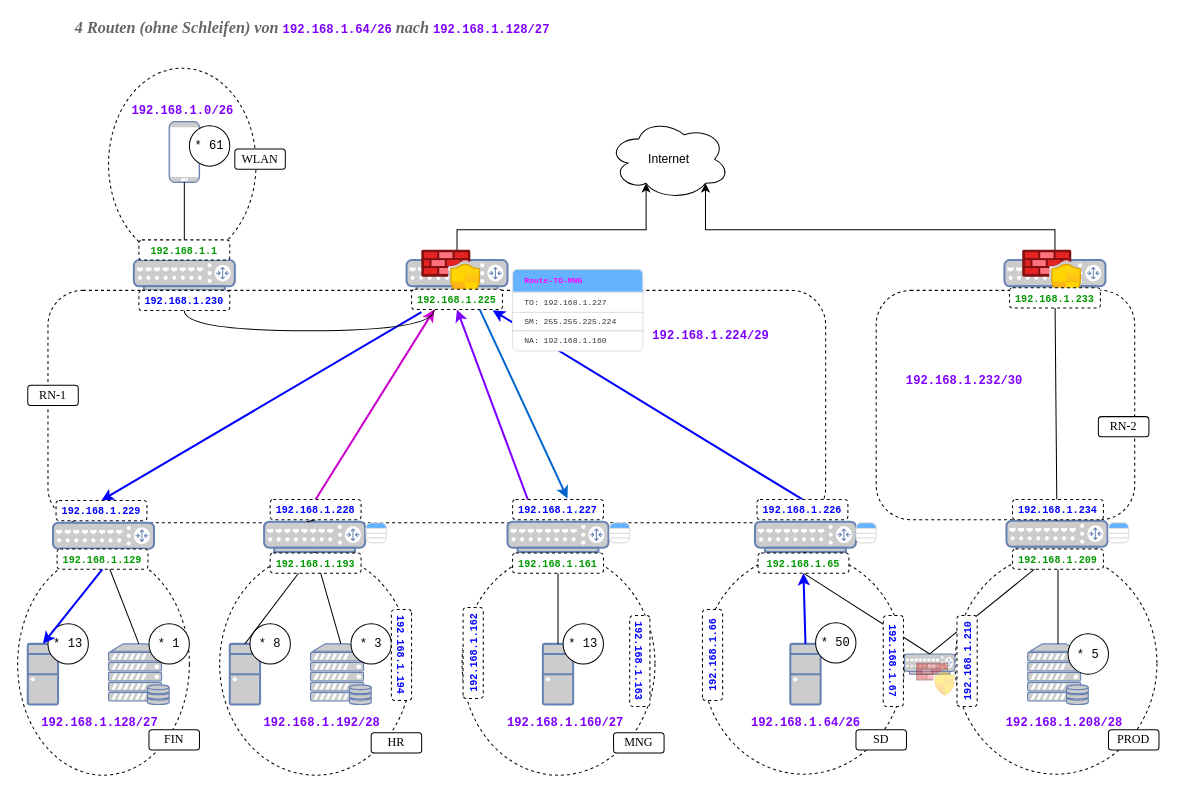
This is sources/lf.09/img.lf/ipv4-segmentation-task-condensed.drawio from pro-tirone-computatri/protico.ltx, a draw.io file, before an edit. Source tidied: cells renumbered, new cells numbered last; positions are measured from the earlier drawing's top-left corner, leaving out a move shared by most shapes. Both pictures are drawn from the tidied source at 101%, with x=0, y=0 at pixel (17, 17).
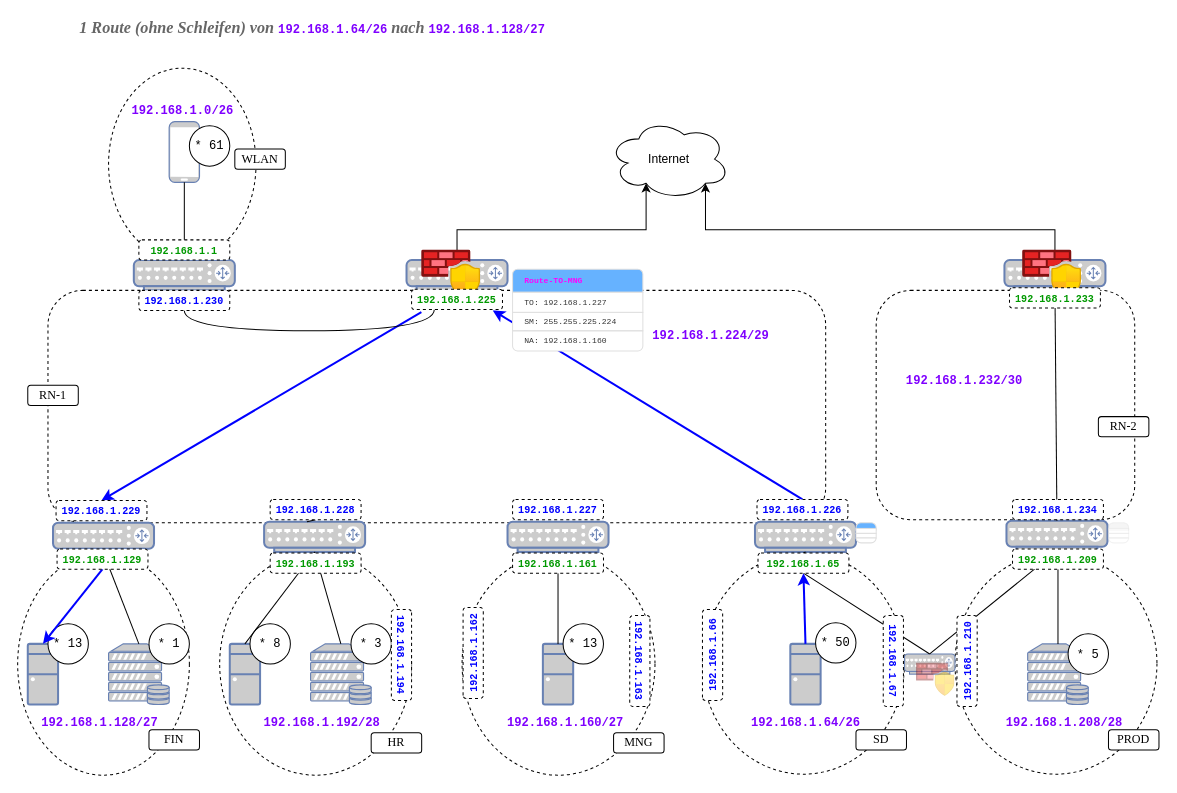
The same page after the edit.

Unchanged cells that the change refers to:
```xml
<mxCell id="87" value="&lt;font style=&quot;font-size: 10px;&quot; color=&quot;#0000ff&quot; face=&quot;Courier New&quot;&gt;&lt;b style=&quot;&quot;&gt;192.168.1.228&lt;/b&gt;&lt;/font&gt;" style="rounded=1;whiteSpace=wrap;html=1;dashed=1;" parent="1" vertex="1">
  <mxGeometry x="250" y="477" width="90" height="20" as="geometry" />
</mxCell>
<mxCell id="120" value="&lt;font style=&quot;font-size: 10px;&quot; color=&quot;#0000ff&quot; face=&quot;Courier New&quot;&gt;&lt;b style=&quot;&quot;&gt;192.168.1.227&lt;/b&gt;&lt;/font&gt;" style="rounded=1;whiteSpace=wrap;html=1;dashed=1;" parent="1" vertex="1">
  <mxGeometry x="490" y="477" width="90" height="20" as="geometry" />
</mxCell>
<mxCell id="122" value="&lt;font color=&quot;#009900&quot; style=&quot;font-size: 10px;&quot; face=&quot;Courier New&quot;&gt;&lt;b style=&quot;&quot;&gt;192.168.1.225&lt;/b&gt;&lt;/font&gt;" style="rounded=1;whiteSpace=wrap;html=1;dashed=1;" parent="1" vertex="1">
  <mxGeometry x="390" y="269" width="90" height="20" as="geometry" />
</mxCell>
```

The edit, as a diff of the source:
```diff
@@
-    <mxCell id="35" style="endArrow=classic;html=1;rounded=0;entryX=0.25;entryY=1;entryDx=0;entryDy=0;exitX=0.5;exitY=0;exitDx=0;exitDy=0;strokeColor=#CC00CC;strokeWidth=2;endFill=1;" parent="1" edge="1" source="87" target="122">
-      <mxGeometry relative="1" as="geometry" />
-    </mxCell>
-    <mxCell id="36" style="endArrow=classic;html=1;rounded=0;entryX=0.5;entryY=1;entryDx=0;entryDy=0;exitX=0.25;exitY=1;exitDx=0;exitDy=0;strokeColor=#7F00FF;strokeWidth=2;startArrow=none;startFill=0;endFill=1;" parent="1" edge="1" source="120" target="122">
-      <mxGeometry relative="1" as="geometry" />
-    </mxCell>
@@
-    <mxCell id="59" value="&lt;font face=&quot;Garamond&quot; color=&quot;#666666&quot;&gt;&lt;span style=&quot;font-size: 16px;&quot;&gt;&lt;b&gt;&lt;i&gt;4 Routen (ohne Schleifen) von&amp;nbsp;&lt;/i&gt;&lt;/b&gt;&lt;/span&gt;&lt;/font&gt;&lt;b style=&quot;color: rgb(127, 0, 255); font-family: &amp;quot;Courier New&amp;quot;;&quot;&gt;192.168.1.64/26&lt;/b&gt;&lt;font face=&quot;Garamond&quot; color=&quot;#666666&quot;&gt;&lt;span style=&quot;font-size: 16px;&quot;&gt;&lt;b&gt;&lt;i&gt;&amp;nbsp;nach&amp;nbsp;&lt;/i&gt;&lt;/b&gt;&lt;/span&gt;&lt;/font&gt;&lt;b style=&quot;color: rgb(127, 0, 255); font-family: &amp;quot;Courier New&amp;quot;;&quot;&gt;192.168.1.128/27&lt;/b&gt;&lt;font face=&quot;Garamond&quot; color=&quot;#666666&quot;&gt;&lt;span style=&quot;font-size: 16px;&quot;&gt;&lt;b&gt;&lt;i&gt;&amp;nbsp;&amp;nbsp;&lt;/i&gt;&lt;/b&gt;&lt;/span&gt;&lt;/font&gt;" style="text;html=1;align=center;verticalAlign=middle;whiteSpace=wrap;rounded=0;" parent="1" vertex="1">
+    <mxCell id="59" value="&lt;font face=&quot;Garamond&quot; color=&quot;#666666&quot;&gt;&lt;span style=&quot;font-size: 16px;&quot;&gt;&lt;b&gt;&lt;i&gt;1 Route (ohne Schleifen) von&amp;nbsp;&lt;/i&gt;&lt;/b&gt;&lt;/span&gt;&lt;/font&gt;&lt;b style=&quot;color: rgb(127, 0, 255); font-family: &amp;quot;Courier New&amp;quot;;&quot;&gt;192.168.1.64/26&lt;/b&gt;&lt;font face=&quot;Garamond&quot; color=&quot;#666666&quot;&gt;&lt;span style=&quot;font-size: 16px;&quot;&gt;&lt;b&gt;&lt;i&gt;&amp;nbsp;nach&amp;nbsp;&lt;/i&gt;&lt;/b&gt;&lt;/span&gt;&lt;/font&gt;&lt;b style=&quot;color: rgb(127, 0, 255); font-family: &amp;quot;Courier New&amp;quot;;&quot;&gt;192.168.1.128/27&lt;/b&gt;&lt;font face=&quot;Garamond&quot; color=&quot;#666666&quot;&gt;&lt;span style=&quot;font-size: 16px;&quot;&gt;&lt;b&gt;&lt;i&gt;&amp;nbsp;&amp;nbsp;&lt;/i&gt;&lt;/b&gt;&lt;/span&gt;&lt;/font&gt;" style="text;html=1;align=center;verticalAlign=middle;whiteSpace=wrap;rounded=0;" parent="1" vertex="1">
       <mxGeometry x="22" width="548" height="20" as="geometry" />
     </mxCell>
@@
-    <mxCell id="99" style="group;" parent="1" vertex="1">
-      <mxGeometry x="345" y="500" width="20" height="20" as="geometry" />
-    </mxCell>
-    <mxCell id="100" style="text;strokeColor=#DFDFDF;fillColor=#66B2FF;align=left;verticalAlign=middle;spacingLeft=10;spacingRight=10;overflow=hidden;whiteSpace=wrap;html=1;shape=mxgraph.bootstrap.topButton;rSize=5;fontColor=#333333;fontSize=8;fontFamily=Courier New;" parent="99" vertex="1">
-      <mxGeometry width="20" height="7.5" as="geometry" />
-    </mxCell>
-    <mxCell id="101" style="text;strokeColor=#DFDFDF;fillColor=#FFFFFF;align=left;verticalAlign=middle;spacingLeft=10;spacingRight=10;overflow=hidden;whiteSpace=wrap;html=1;rSize=5;fontColor=#333333;fontSize=8;fontFamily=Courier New;" parent="99" vertex="1">
-      <mxGeometry y="5.7" width="20" height="4.9" as="geometry" />
-    </mxCell>
-    <mxCell id="102" style="text;strokeColor=#DFDFDF;fillColor=#FFFFFF;align=left;verticalAlign=middle;spacingLeft=10;spacingRight=10;overflow=hidden;whiteSpace=wrap;html=1;rSize=5;fontColor=#333333;fontSize=8;fontFamily=Courier New;" parent="99" vertex="1">
-      <mxGeometry y="10.6" width="20" height="4.5" as="geometry" />
-    </mxCell>
-    <mxCell id="103" style="text;strokeColor=#DFDFDF;fillColor=#FFFFFF;align=left;verticalAlign=middle;spacingLeft=10;spacingRight=10;overflow=hidden;whiteSpace=wrap;html=1;shape=mxgraph.bootstrap.bottomButton;rSize=5;fontColor=#333333;fontSize=8;fontFamily=Courier New;" parent="99" vertex="1">
-      <mxGeometry y="15.1" width="20" height="4.9" as="geometry" />
-    </mxCell>
-    <mxCell id="104" style="group;" parent="1" vertex="1">
-      <mxGeometry x="586" y="500" width="20" height="20" as="geometry" />
-    </mxCell>
-    <mxCell id="105" style="text;strokeColor=#DFDFDF;fillColor=#66B2FF;align=left;verticalAlign=middle;spacingLeft=10;spacingRight=10;overflow=hidden;whiteSpace=wrap;html=1;shape=mxgraph.bootstrap.topButton;rSize=5;fontColor=#333333;fontSize=8;fontFamily=Courier New;" parent="104" vertex="1">
-      <mxGeometry width="20" height="7.5" as="geometry" />
-    </mxCell>
-    <mxCell id="106" style="text;strokeColor=#DFDFDF;fillColor=#FFFFFF;align=left;verticalAlign=middle;spacingLeft=10;spacingRight=10;overflow=hidden;whiteSpace=wrap;html=1;rSize=5;fontColor=#333333;fontSize=8;fontFamily=Courier New;" parent="104" vertex="1">
-      <mxGeometry y="5.7" width="20" height="4.9" as="geometry" />
-    </mxCell>
-    <mxCell id="107" style="text;strokeColor=#DFDFDF;fillColor=#FFFFFF;align=left;verticalAlign=middle;spacingLeft=10;spacingRight=10;overflow=hidden;whiteSpace=wrap;html=1;rSize=5;fontColor=#333333;fontSize=8;fontFamily=Courier New;" parent="104" vertex="1">
-      <mxGeometry y="10.6" width="20" height="4.5" as="geometry" />
-    </mxCell>
-    <mxCell id="108" style="text;strokeColor=#DFDFDF;fillColor=#FFFFFF;align=left;verticalAlign=middle;spacingLeft=10;spacingRight=10;overflow=hidden;whiteSpace=wrap;html=1;shape=mxgraph.bootstrap.bottomButton;rSize=5;fontColor=#333333;fontSize=8;fontFamily=Courier New;" parent="104" vertex="1">
-      <mxGeometry y="15.1" width="20" height="4.9" as="geometry" />
-    </mxCell>
@@
-    <mxCell id="114" style="group;" parent="1" vertex="1">
+    <mxCell id="114" style="group;opacity=40;" parent="1" vertex="1">
       <mxGeometry x="1080" y="500" width="20" height="20" as="geometry" />
     </mxCell>
-    <mxCell id="115" style="text;strokeColor=#DFDFDF;fillColor=#66B2FF;align=left;verticalAlign=middle;spacingLeft=10;spacingRight=10;overflow=hidden;whiteSpace=wrap;html=1;shape=mxgraph.bootstrap.topButton;rSize=5;fontColor=#333333;fontSize=8;fontFamily=Courier New;" parent="114" vertex="1">
+    <mxCell id="115" style="text;strokeColor=#DFDFDF;fillColor=#E6E6E6;align=left;verticalAlign=middle;spacingLeft=10;spacingRight=10;overflow=hidden;whiteSpace=wrap;html=1;shape=mxgraph.bootstrap.topButton;rSize=5;fontColor=#333333;fontSize=8;fontFamily=Courier New;opacity=40;" parent="114" vertex="1">
       <mxGeometry width="20" height="7.5" as="geometry" />
     </mxCell>
-    <mxCell id="116" style="text;strokeColor=#DFDFDF;fillColor=#FFFFFF;align=left;verticalAlign=middle;spacingLeft=10;spacingRight=10;overflow=hidden;whiteSpace=wrap;html=1;rSize=5;fontColor=#333333;fontSize=8;fontFamily=Courier New;" parent="114" vertex="1">
+    <mxCell id="116" style="text;strokeColor=#DFDFDF;fillColor=#FFFFFF;align=left;verticalAlign=middle;spacingLeft=10;spacingRight=10;overflow=hidden;whiteSpace=wrap;html=1;rSize=5;fontColor=#333333;fontSize=8;fontFamily=Courier New;opacity=40;" parent="114" vertex="1">
       <mxGeometry y="5.7" width="20" height="4.9" as="geometry" />
     </mxCell>
-    <mxCell id="117" style="text;strokeColor=#DFDFDF;fillColor=#FFFFFF;align=left;verticalAlign=middle;spacingLeft=10;spacingRight=10;overflow=hidden;whiteSpace=wrap;html=1;rSize=5;fontColor=#333333;fontSize=8;fontFamily=Courier New;" parent="114" vertex="1">
+    <mxCell id="117" style="text;strokeColor=#DFDFDF;fillColor=#FFFFFF;align=left;verticalAlign=middle;spacingLeft=10;spacingRight=10;overflow=hidden;whiteSpace=wrap;html=1;rSize=5;fontColor=#333333;fontSize=8;fontFamily=Courier New;opacity=40;" parent="114" vertex="1">
       <mxGeometry y="10.6" width="20" height="4.5" as="geometry" />
     </mxCell>
-    <mxCell id="118" style="text;strokeColor=#DFDFDF;fillColor=#FFFFFF;align=left;verticalAlign=middle;spacingLeft=10;spacingRight=10;overflow=hidden;whiteSpace=wrap;html=1;shape=mxgraph.bootstrap.bottomButton;rSize=5;fontColor=#333333;fontSize=8;fontFamily=Courier New;" parent="114" vertex="1">
+    <mxCell id="118" style="text;strokeColor=#DFDFDF;fillColor=#FFFFFF;align=left;verticalAlign=middle;spacingLeft=10;spacingRight=10;overflow=hidden;whiteSpace=wrap;html=1;shape=mxgraph.bootstrap.bottomButton;rSize=5;fontColor=#333333;fontSize=8;fontFamily=Courier New;opacity=40;" parent="114" vertex="1">
       <mxGeometry y="15.1" width="20" height="4.9" as="geometry" />
     </mxCell>
-    <mxCell id="119" style="endArrow=none;html=1;rounded=0;entryX=0.75;entryY=1;entryDx=0;entryDy=0;exitX=0.604;exitY=-0.051;exitDx=0;exitDy=0;strokeColor=#0066CC;strokeWidth=2;exitPerimeter=0;endFill=0;startArrow=classic;startFill=1;" parent="1" edge="1" source="120" target="122">
-      <mxGeometry relative="1" as="geometry" />
-    </mxCell>
```
